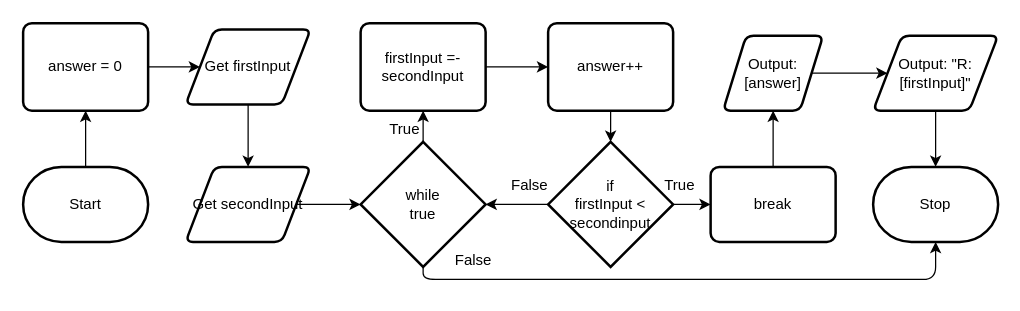
This is design/flowchart.drawio from MTHS-ICD2O-1-2024/ICD2O-Unit-5-08-Aimar-Fernandez, a draw.io file, before an edit. Source tidied: cells renumbered, new cells numbered last; positions are measured from the earlier drawing's top-left corner, leaving out a move shared by most shapes. Both pictures are drawn from the tidied source at 125%, with x=0, y=0 at pixel (22, 22).
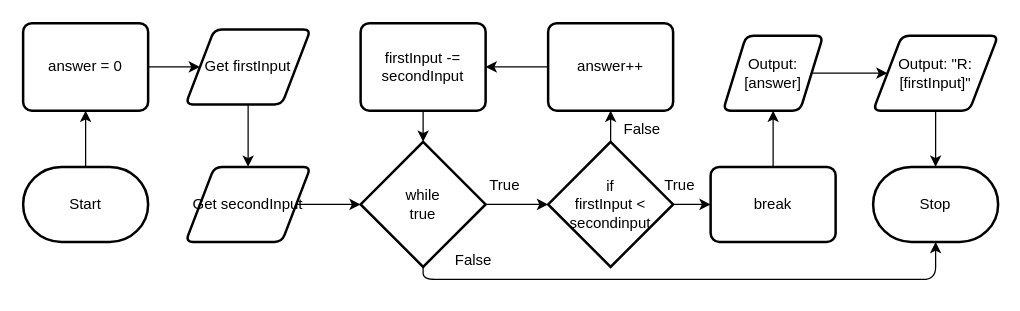
After the change.

Unchanged cells that the change refers to:
```xml
<mxCell id="9" value="while&lt;div&gt;true&lt;/div&gt;" style="strokeWidth=2;html=1;shape=mxgraph.flowchart.decision;whiteSpace=wrap;" parent="1" vertex="1">
  <mxGeometry x="270" y="95" width="100" height="100" as="geometry" />
</mxCell>
<mxCell id="11" value="if&lt;div&gt;firstInput &amp;lt; secondinput&lt;/div&gt;" style="strokeWidth=2;html=1;shape=mxgraph.flowchart.decision;whiteSpace=wrap;" parent="1" vertex="1">
  <mxGeometry x="420" y="95" width="100" height="100" as="geometry" />
</mxCell>
<mxCell id="20" value="answer++" style="rounded=1;whiteSpace=wrap;html=1;absoluteArcSize=1;arcSize=14;strokeWidth=2;" parent="1" vertex="1">
  <mxGeometry x="420" width="100" height="70" as="geometry" />
</mxCell>
```

The edit, as a diff of the source:
```diff
@@
-    <mxCell id="8" style="edgeStyle=none;html=1;entryX=0.5;entryY=1;entryDx=0;entryDy=0;" parent="1" edge="1" source="9" target="15">
-      <mxGeometry relative="1" as="geometry" />
-    </mxCell>
@@
+    <mxCell id="31" style="edgeStyle=none;html=1;entryX=0.5;entryY=1;entryDx=0;entryDy=0;" parent="1" edge="1" source="11" target="20">
+      <mxGeometry relative="1" as="geometry" />
+    </mxCell>
@@
-    <mxCell id="14" style="edgeStyle=none;html=1;entryX=0;entryY=0.5;entryDx=0;entryDy=0;" parent="1" edge="1" source="15" target="20">
-      <mxGeometry relative="1" as="geometry" />
-    </mxCell>
-    <mxCell id="15" value="firstInput =- secondInput" style="rounded=1;whiteSpace=wrap;html=1;absoluteArcSize=1;arcSize=14;strokeWidth=2;" parent="1" vertex="1">
+    <mxCell id="15" value="firstInput -= secondInput" style="rounded=1;whiteSpace=wrap;html=1;absoluteArcSize=1;arcSize=14;strokeWidth=2;" parent="1" vertex="1">
       <mxGeometry x="270" width="100" height="70" as="geometry" />
     </mxCell>
@@
-    <mxCell id="17" style="edgeStyle=none;html=1;entryX=1;entryY=0.5;entryDx=0;entryDy=0;entryPerimeter=0;" parent="1" edge="1" source="11" target="9">
-      <mxGeometry relative="1" as="geometry" />
-    </mxCell>
@@
+    <mxCell id="32" style="edgeStyle=none;html=1;" parent="1" edge="1" source="20" target="15">
+      <mxGeometry relative="1" as="geometry" />
+    </mxCell>
@@
-    <mxCell id="23" style="edgeStyle=none;html=1;entryX=0.5;entryY=0;entryDx=0;entryDy=0;entryPerimeter=0;" parent="1" edge="1" source="20" target="11">
-      <mxGeometry relative="1" as="geometry" />
-    </mxCell>
@@
-    <mxCell id="28" value="True" style="text;html=1;align=center;verticalAlign=middle;strokeColor=none;fillColor=none;" parent="1" vertex="1">
-      <mxGeometry x="280" y="70" width="50" height="30" as="geometry" />
-    </mxCell>
@@
-    <mxCell id="30" value="False" style="text;html=1;align=center;verticalAlign=middle;strokeColor=none;fillColor=none;" parent="1" vertex="1">
-      <mxGeometry x="380" y="115" width="50" height="30" as="geometry" />
+    <mxCell id="30" style="edgeStyle=none;html=1;entryX=0;entryY=0.5;entryDx=0;entryDy=0;entryPerimeter=0;" parent="1" edge="1" source="9" target="11">
+      <mxGeometry relative="1" as="geometry" />
     </mxCell>
+    <mxCell id="33" style="edgeStyle=none;html=1;entryX=0.5;entryY=0;entryDx=0;entryDy=0;entryPerimeter=0;" parent="1" edge="1" source="15" target="9">
+      <mxGeometry relative="1" as="geometry" />
+    </mxCell>
+    <mxCell id="34" value="False" style="text;html=1;align=center;verticalAlign=middle;strokeColor=none;fillColor=none;" parent="1" vertex="1">
+      <mxGeometry x="470" y="70" width="50" height="30" as="geometry" />
+    </mxCell>
+    <mxCell id="28" value="True" style="text;html=1;align=center;verticalAlign=middle;strokeColor=none;fillColor=none;" parent="1" vertex="1">
+      <mxGeometry x="360" y="115" width="50" height="30" as="geometry" />
+    </mxCell>
```
